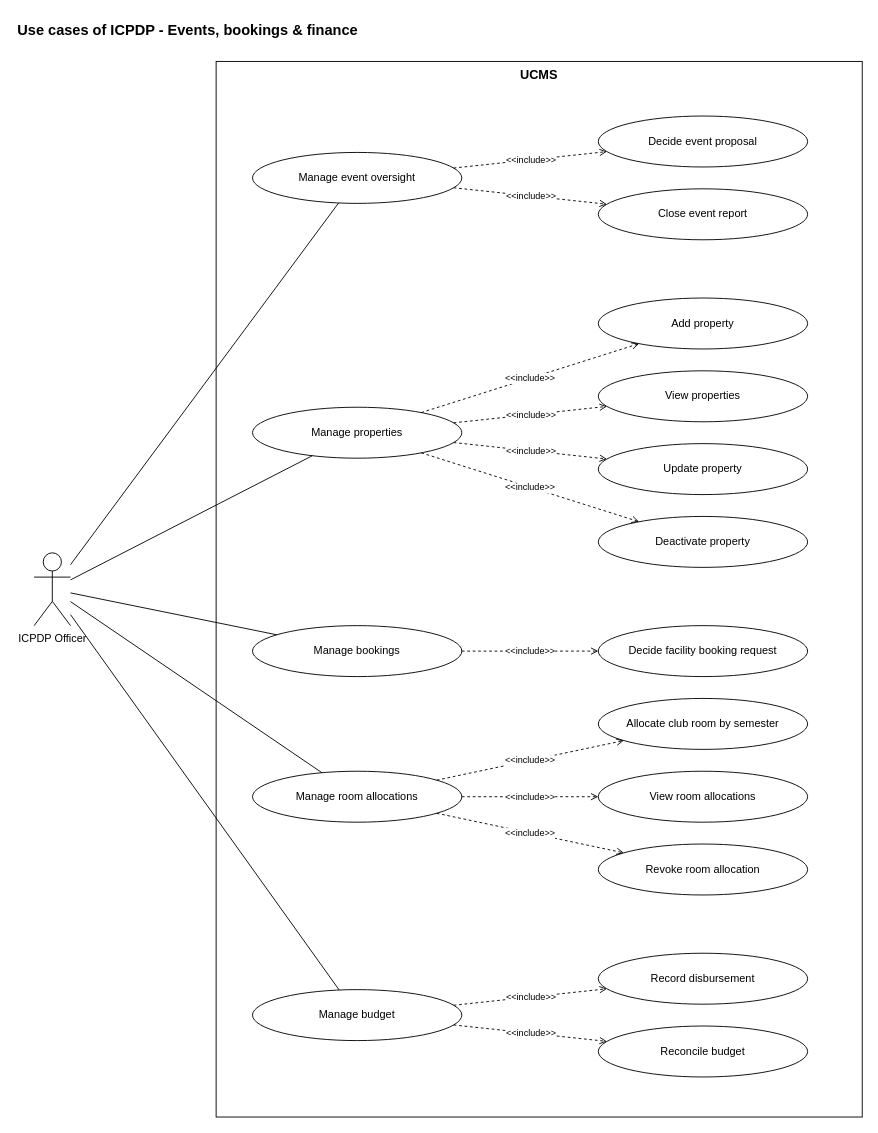
Above: page "ICPDP 2 - Events, bookings & finance" (8 of 9) of docs/03-diagrams/UCMS_UseCase_ByActor.drawio in nvdekay/ClubManagementSystem (draw.io), before the change. Source tidied: cells renumbered, new cells numbered last; positions are measured from the earlier drawing's top-left corner, leaving out a move shared by most shapes. Both pictures are drawn from the tidied source at 91%, with x=0, y=0 at pixel (15, 15).
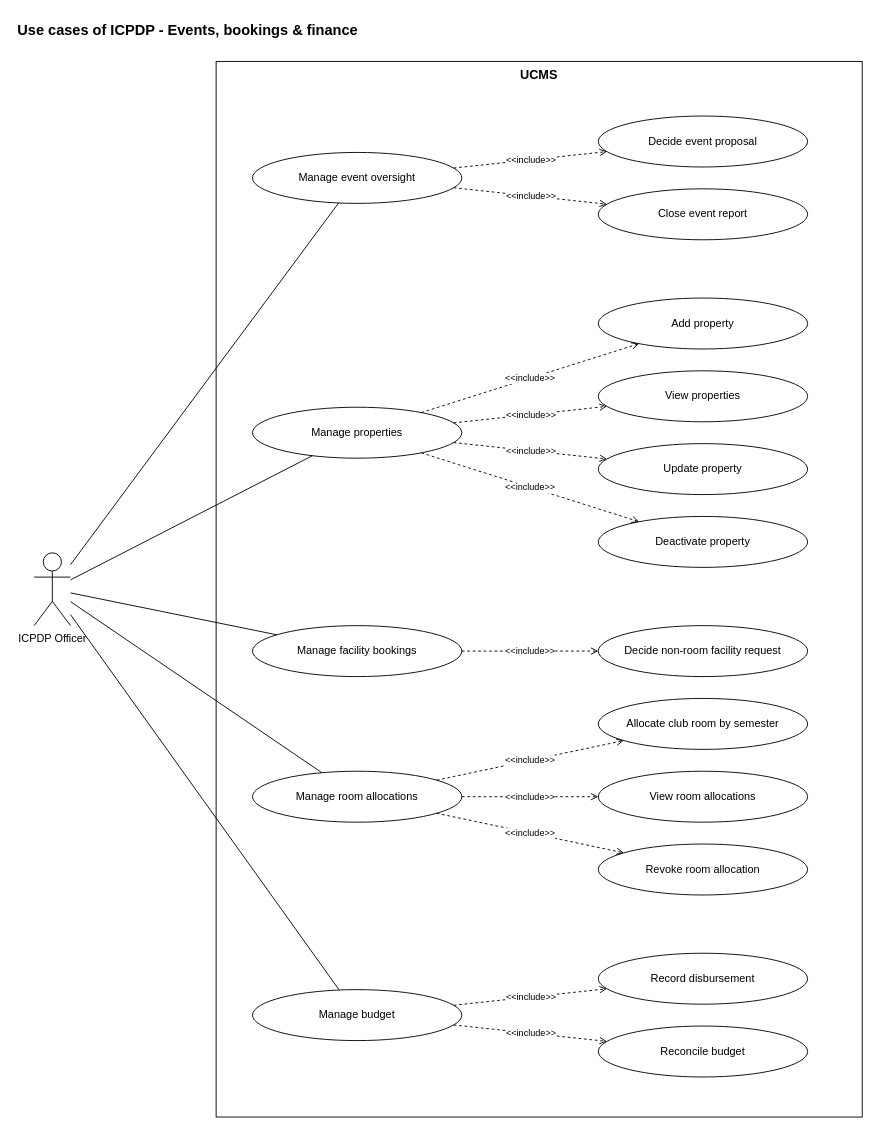
The same diagram, later.

Change to the diagram source:
```diff
@@
-    <mxCell id="21" value="Manage bookings" style="ellipse;whiteSpace=wrap;html=1;fillColor=#ffffff;strokeColor=#000000;fontSize=12;" parent="1" vertex="1">
+    <mxCell id="21" value="Manage facility bookings" style="ellipse;whiteSpace=wrap;html=1;fillColor=#ffffff;strokeColor=#000000;fontSize=12;" parent="1" vertex="1">
       <mxGeometry x="260" y="670" width="230" height="56" as="geometry" />
     </mxCell>
@@
-    <mxCell id="23" value="Decide facility booking request" style="ellipse;whiteSpace=wrap;html=1;fillColor=#ffffff;strokeColor=#000000;fontSize=12;" parent="1" vertex="1">
+    <mxCell id="23" value="Decide non-room facility request" style="ellipse;whiteSpace=wrap;html=1;fillColor=#ffffff;strokeColor=#000000;fontSize=12;" parent="1" vertex="1">
       <mxGeometry x="640" y="670" width="230" height="56" as="geometry" />
     </mxCell>
```
